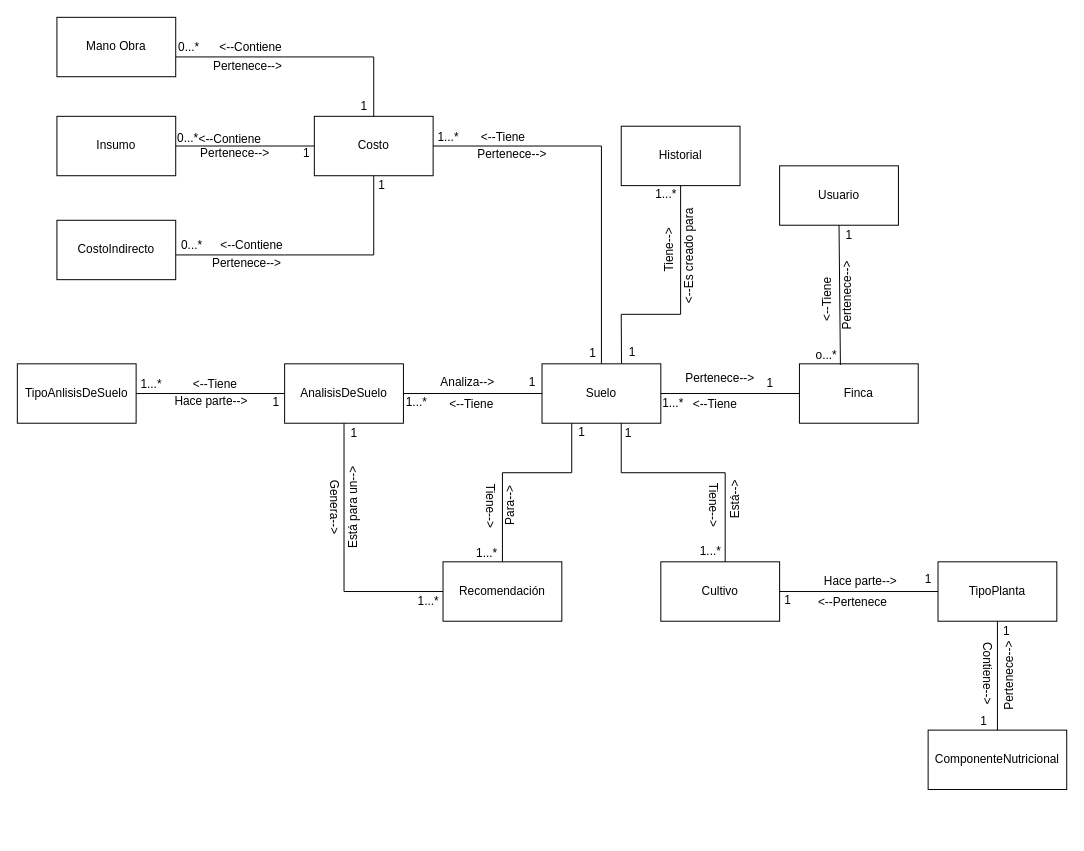
The draw.io diagram CropScan.drawio in 1193090526alexander/IngenieriaDeSotwareII, before the edit. Source tidied: cells renumbered, new cells numbered last; positions are measured from the earlier drawing's top-left corner, leaving out a move shared by most shapes. Both pictures are drawn from the tidied source at 99%, with x=0, y=0 at pixel (17, 17).
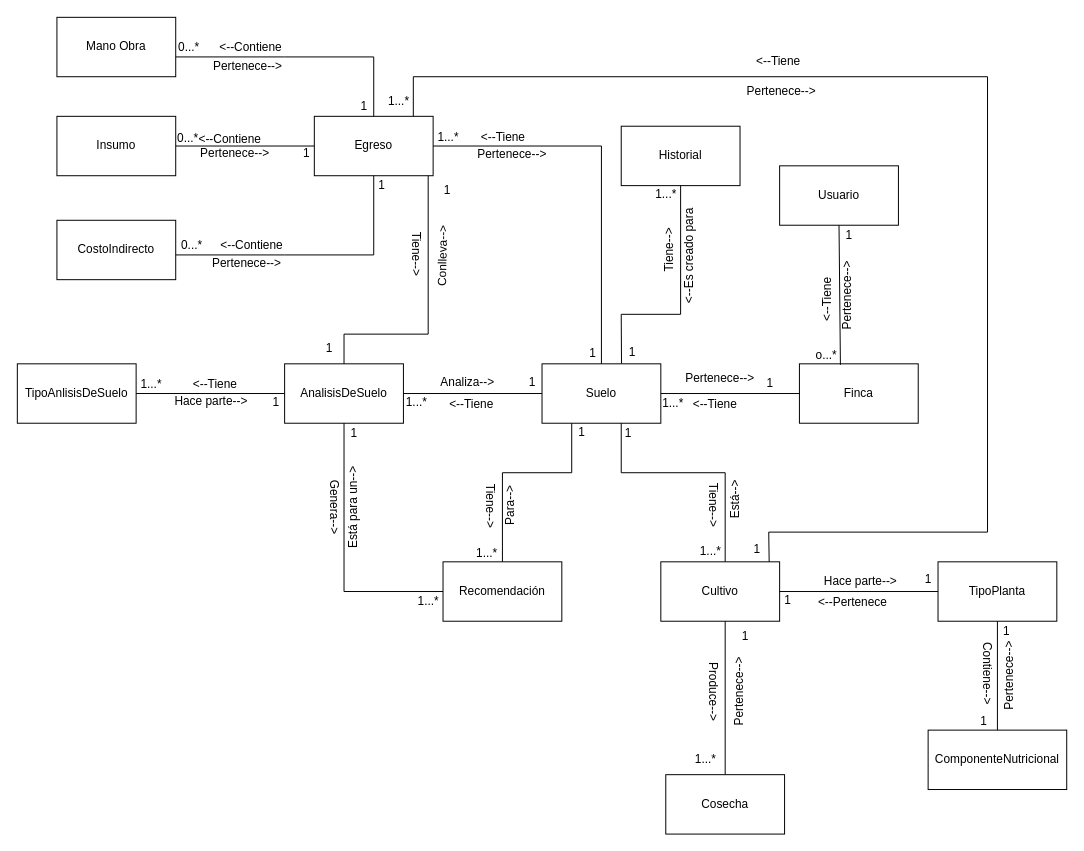
After the change.

The change refers to these unchanged cells:
```xml
<mxCell id="18" value="Cultivo" style="rounded=0;whiteSpace=wrap;html=1;" parent="1" vertex="1">
  <mxGeometry x="650" y="550" width="120" height="60" as="geometry" />
</mxCell>
```

Diff of the diagram source:
```diff
@@
-    <mxCell id="38" value="Costo" style="rounded=0;whiteSpace=wrap;html=1;" parent="1" vertex="1">
+    <mxCell id="38" value="Egreso" style="rounded=0;whiteSpace=wrap;html=1;" parent="1" vertex="1">
       <mxGeometry x="300" y="100" width="120" height="60" as="geometry" />
     </mxCell>
@@
+    <mxCell id="86" style="endArrow=none;html=1;rounded=0;entryX=0.912;entryY=0.001;entryDx=0;entryDy=0;entryPerimeter=0;" parent="1" edge="1" target="18">
+      <mxGeometry relative="1" as="geometry">
+        <mxPoint x="400" y="100" as="sourcePoint" />
+        <Array as="points">
+          <mxPoint x="400" y="60" />
+          <mxPoint x="980" y="60" />
+          <mxPoint x="980" y="520" />
+          <mxPoint x="759" y="520" />
+        </Array>
+      </mxGeometry>
+    </mxCell>
+    <mxCell id="87" value="&amp;lt;--Tiene" style="text;html=1;strokeColor=none;fillColor=none;align=center;verticalAlign=middle;whiteSpace=wrap;rounded=0;" parent="1" vertex="1">
+      <mxGeometry x="739" y="30" width="60" height="30" as="geometry" />
+    </mxCell>
+    <mxCell id="88" value="Pertenece--&amp;gt;" style="text;html=1;strokeColor=none;fillColor=none;align=center;verticalAlign=middle;whiteSpace=wrap;rounded=0;" parent="1" vertex="1">
+      <mxGeometry x="732" y="60" width="80" height="30" as="geometry" />
+    </mxCell>
+    <mxCell id="89" value="1" style="text;html=1;align=center;verticalAlign=middle;strokeColor=none;fillColor=none;" parent="1" vertex="1">
+      <mxGeometry x="732" y="523" width="30" height="30" as="geometry" />
+    </mxCell>
+    <mxCell id="90" value="1...*" style="text;html=1;align=center;verticalAlign=middle;strokeColor=none;fillColor=none;" parent="1" vertex="1">
+      <mxGeometry x="365" y="70" width="40" height="30" as="geometry" />
+    </mxCell>
+    <mxCell id="91" value="Cosecha" style="rounded=0;whiteSpace=wrap;html=1;" parent="1" vertex="1">
+      <mxGeometry x="655" y="765" width="120" height="60" as="geometry" />
+    </mxCell>
+    <mxCell id="92" style="endArrow=none;html=1;rounded=0;" parent="1" edge="1" source="91">
+      <mxGeometry relative="1" as="geometry">
+        <mxPoint x="715" y="610" as="targetPoint" />
+      </mxGeometry>
+    </mxCell>
+    <mxCell id="93" value="Pertenece--&amp;gt;" style="text;html=1;strokeColor=none;fillColor=none;align=center;verticalAlign=middle;whiteSpace=wrap;rounded=0;rotation=270;" parent="1" vertex="1">
+      <mxGeometry x="690" y="666" width="80" height="30" as="geometry" />
+    </mxCell>
+    <mxCell id="94" value="Produce--&amp;gt;" style="text;html=1;strokeColor=none;fillColor=none;align=center;verticalAlign=middle;whiteSpace=wrap;rounded=0;rotation=90;" parent="1" vertex="1">
+      <mxGeometry x="666.5" y="666" width="73" height="30" as="geometry" />
+    </mxCell>
+    <mxCell id="95" value="1" style="text;html=1;align=center;verticalAlign=middle;strokeColor=none;fillColor=none;" parent="1" vertex="1">
+      <mxGeometry x="720" y="610" width="30" height="30" as="geometry" />
+    </mxCell>
+    <mxCell id="96" value="1...*" style="text;html=1;align=center;verticalAlign=middle;strokeColor=none;fillColor=none;" parent="1" vertex="1">
+      <mxGeometry x="675" y="735" width="40" height="30" as="geometry" />
+    </mxCell>
+    <mxCell id="97" style="endArrow=none;html=1;rounded=0;" parent="1" edge="1">
+      <mxGeometry relative="1" as="geometry">
+        <mxPoint x="330" y="350" as="sourcePoint" />
+        <mxPoint x="415" y="160" as="targetPoint" />
+        <Array as="points">
+          <mxPoint x="330" y="320" />
+          <mxPoint x="415" y="320" />
+        </Array>
+      </mxGeometry>
+    </mxCell>
+    <mxCell id="98" value="Conlleva--&amp;gt;" style="text;html=1;strokeColor=none;fillColor=none;align=center;verticalAlign=middle;whiteSpace=wrap;rounded=0;rotation=-89;" parent="1" vertex="1">
+      <mxGeometry x="390" y="226" width="80" height="30" as="geometry" />
+    </mxCell>
+    <mxCell id="99" value="Tiene--&amp;gt;" style="text;html=1;strokeColor=none;fillColor=none;align=center;verticalAlign=middle;whiteSpace=wrap;rounded=0;rotation=90;" parent="1" vertex="1">
+      <mxGeometry x="369.5" y="232" width="67" height="14" as="geometry" />
+    </mxCell>
+    <mxCell id="100" value="1" style="text;html=1;align=center;verticalAlign=middle;strokeColor=none;fillColor=none;" parent="1" vertex="1">
+      <mxGeometry x="300" y="320" width="30" height="30" as="geometry" />
+    </mxCell>
+    <mxCell id="101" value="1" style="text;html=1;align=center;verticalAlign=middle;strokeColor=none;fillColor=none;" parent="1" vertex="1">
+      <mxGeometry x="419" y="160" width="30" height="30" as="geometry" />
+    </mxCell>
```
